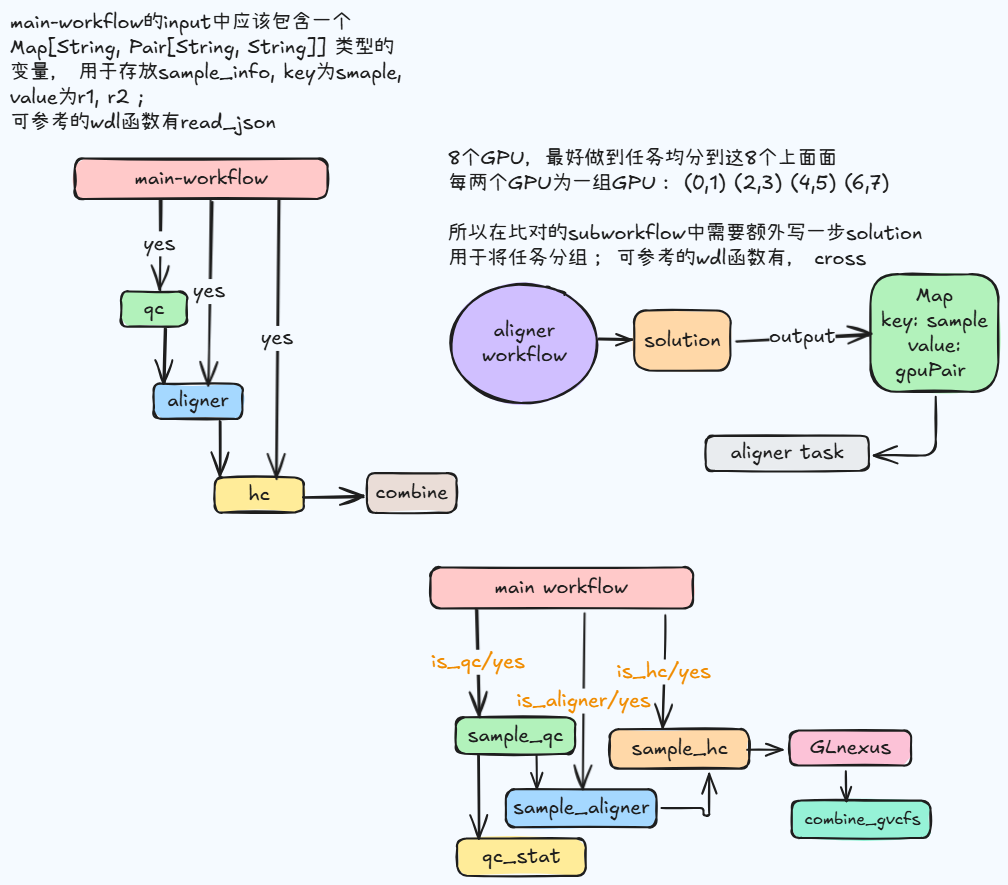
This is wdl/draft.excalidraw.png from kevin-furant/scaq, a Excalidraw export, as it was before one commit. Source tidied: one line per element, renumbered; positions are measured from the earlier drawing's top-left corner, leaving out a move shared by most shapes.
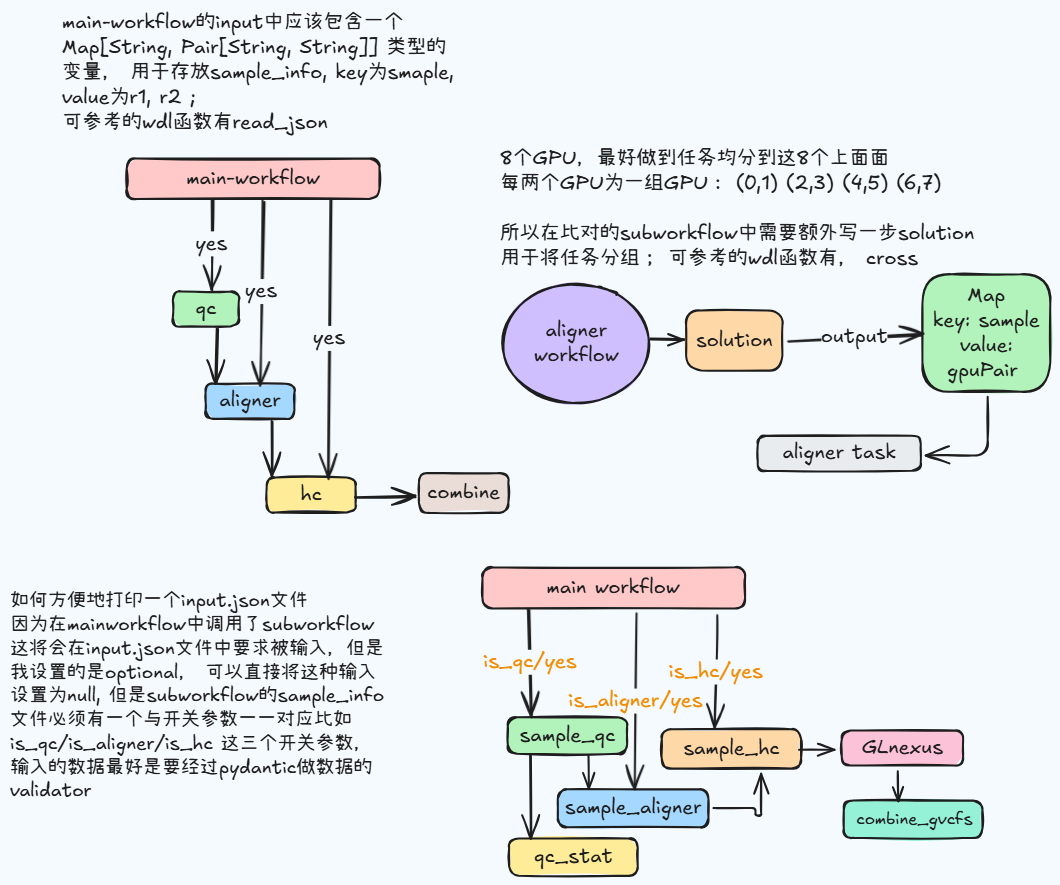
The same file after the commit.

What changed in the source:
```diff
@@ -56,3 +56,4 @@
 {"id": 55, "type": "text", "text": "combine_gvcfs", "strokeColor": "#1e1e1e", "strokeWidth": 2, "roughness": 1, "fontSize": 16.8, "fontFamily": 5, "textAlign": "center", "x": 794, "y": 799, "width": 116, "height": 21}
 {"id": 56, "type": "arrow", "strokeColor": "#1e1e1e", "strokeWidth": 2, "roughness": 1, "endArrowhead": "arrow", "from": 47, "to": 52, "x": 737, "y": 740, "width": 35, "height": 0, "points": [[0, 0], [35, 0]]}
 {"id": 57, "type": "arrow", "strokeColor": "#1e1e1e", "strokeWidth": 2, "roughness": 1, "endArrowhead": "arrow", "from": 52, "to": 55, "x": 836, "y": 761, "width": 1, "height": 30, "points": [[0, 0], [1, 30]]}
+{"id": 58, "type": "text", "text": "如何方便地打印一个input.json文件\n因为在mainworkflow中调用了subworkflow\n这将会在input.json文件中要求被输入，但是\n我设置的是optional， 可以直接将这种输入\n设置为null, 但是subworkflow的sample_info\n文件必须有一个与开关参数一一对应比如\nis_qc/is_aligner/is_hc 这三个开关参数，\n输入的数据最好是要经过pydantic做数据的\nvalidator\n", "strokeColor": "#1e1e1e", "strokeWidth": 2, "roughness": 1, "fontSize": 19.0, "fontFamily": 5, "x": -52, "y": 580, "width": 374, "height": 238}
```
